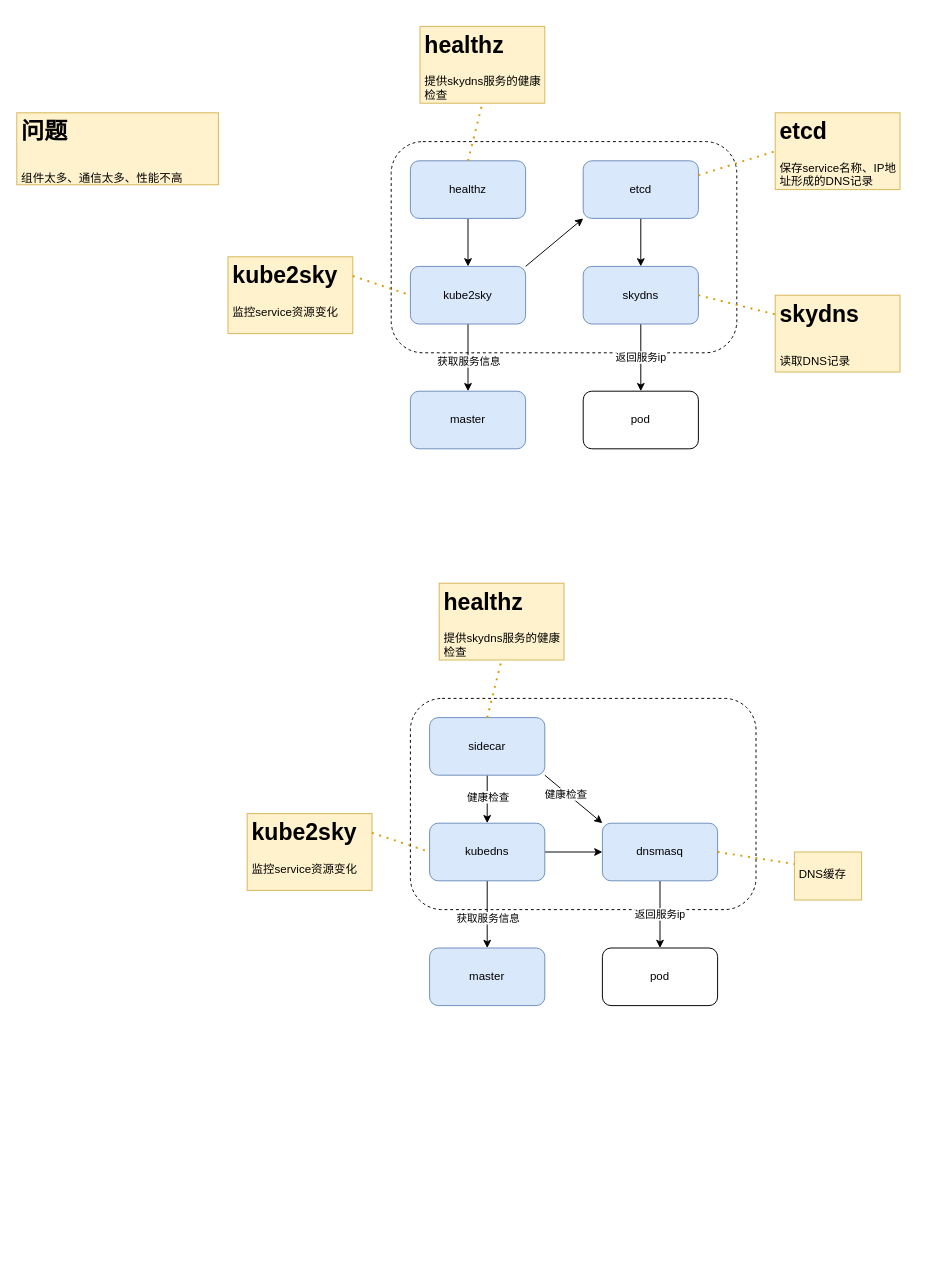
Above: coredns.drawio in Venurs/draw (draw.io), before the change. Source tidied: cells renumbered, new cells numbered last; positions are measured from the earlier drawing's top-left corner, leaving out a move shared by most shapes. Both pictures are drawn from the tidied source at 96%, with x=0, y=0 at pixel (16, 26).
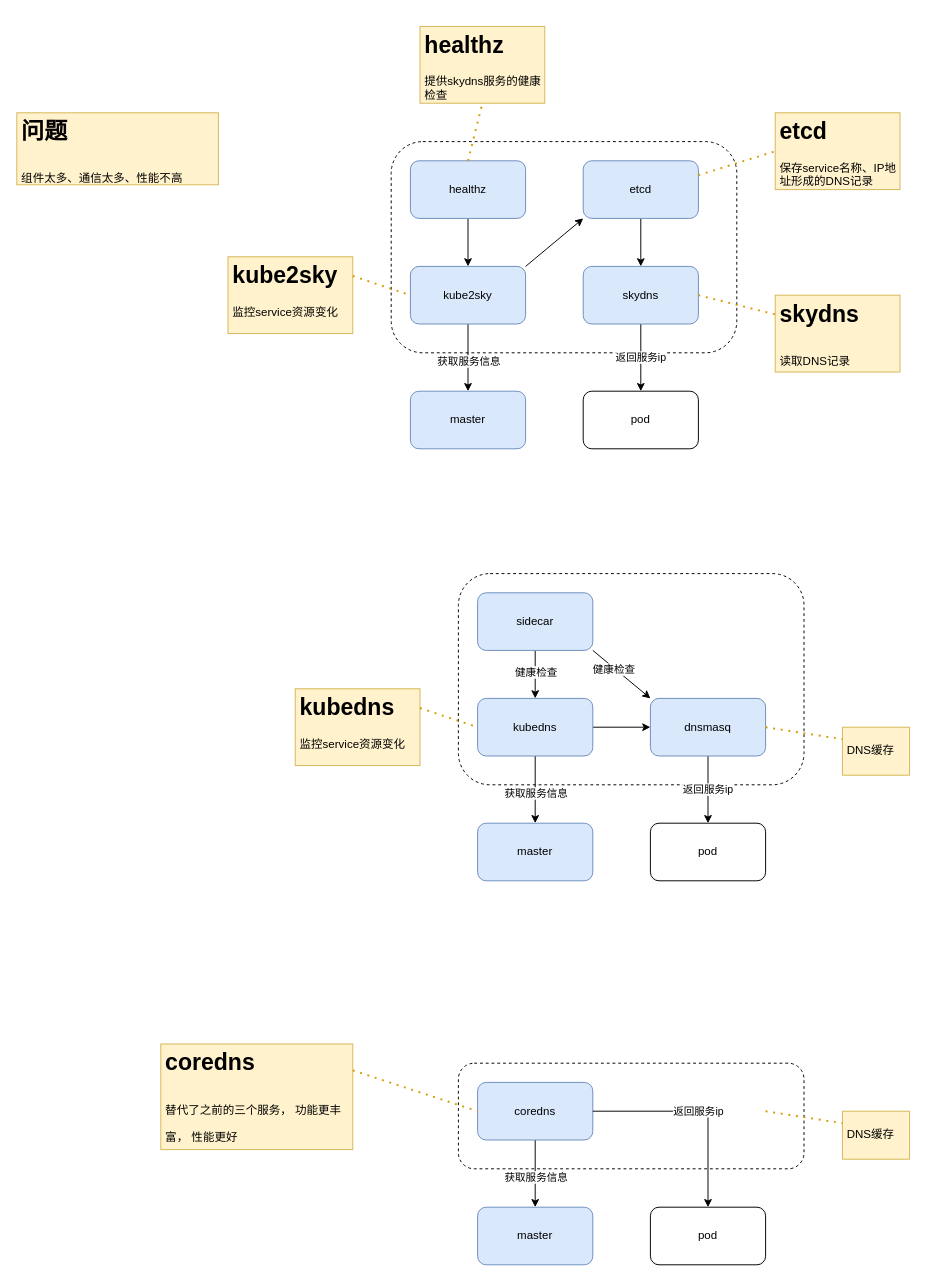
The same diagram, later.

Change to the diagram source:
```diff
@@
     <mxCell id="24" style="rounded=1;whiteSpace=wrap;html=1;dashed=1;" parent="1" vertex="1">
-      <mxGeometry x="410" y="700" width="360" height="220" as="geometry" />
+      <mxGeometry x="460" y="570" width="360" height="220" as="geometry" />
     </mxCell>
@@
     <mxCell id="29" value="sidecar" style="rounded=1;whiteSpace=wrap;html=1;fillColor=#dae8fc;strokeColor=#6c8ebf;" parent="1" vertex="1">
-      <mxGeometry x="430" y="720" width="120" height="60" as="geometry" />
+      <mxGeometry x="480" y="590" width="120" height="60" as="geometry" />
     </mxCell>
@@
     <mxCell id="33" value="kubedns" style="rounded=1;whiteSpace=wrap;html=1;fillColor=#dae8fc;strokeColor=#6c8ebf;" parent="1" vertex="1">
-      <mxGeometry x="430" y="830" width="120" height="60" as="geometry" />
+      <mxGeometry x="480" y="700" width="120" height="60" as="geometry" />
     </mxCell>
@@
     <mxCell id="35" value="dnsmasq" style="rounded=1;whiteSpace=wrap;html=1;fillColor=#dae8fc;strokeColor=#6c8ebf;" parent="1" vertex="1">
-      <mxGeometry x="610" y="830" width="120" height="60" as="geometry" />
+      <mxGeometry x="660" y="700" width="120" height="60" as="geometry" />
     </mxCell>
-    <mxCell id="36" value="&lt;h1&gt;kube2sky&lt;/h1&gt;&lt;p&gt;监控service资源变化&lt;/p&gt;" style="text;html=1;strokeColor=#d6b656;fillColor=#fff2cc;spacing=5;spacingTop=-20;whiteSpace=wrap;overflow=hidden;rounded=0;" parent="1" vertex="1">
-      <mxGeometry x="240" y="820" width="130" height="80" as="geometry" />
+    <mxCell id="36" value="&lt;h1&gt;kubedns&lt;/h1&gt;&lt;p&gt;监控service资源变化&lt;/p&gt;" style="text;html=1;strokeColor=#d6b656;fillColor=#fff2cc;spacing=5;spacingTop=-20;whiteSpace=wrap;overflow=hidden;rounded=0;" parent="1" vertex="1">
+      <mxGeometry x="290" y="690" width="130" height="80" as="geometry" />
     </mxCell>
     <mxCell id="37" value="&lt;h1&gt;&lt;span style=&quot;font-size: 12px; font-weight: 400;&quot;&gt;DNS缓存&lt;/span&gt;&lt;/h1&gt;" style="text;html=1;strokeColor=#d6b656;fillColor=#fff2cc;spacing=5;spacingTop=-20;whiteSpace=wrap;overflow=hidden;rounded=0;" parent="1" vertex="1">
-      <mxGeometry x="810" y="860" width="70" height="50" as="geometry" />
+      <mxGeometry x="860" y="730" width="70" height="50" as="geometry" />
     </mxCell>
     <mxCell id="38" value="pod" style="rounded=1;whiteSpace=wrap;html=1;" parent="1" vertex="1">
-      <mxGeometry x="610" y="960" width="120" height="60" as="geometry" />
+      <mxGeometry x="660" y="830" width="120" height="60" as="geometry" />
     </mxCell>
-    <mxCell id="39" value="&lt;h1&gt;healthz&lt;/h1&gt;&lt;p&gt;提供skydns服务的健康检查&lt;/p&gt;" style="text;html=1;strokeColor=#d6b656;fillColor=#fff2cc;spacing=5;spacingTop=-20;whiteSpace=wrap;overflow=hidden;rounded=0;" parent="1" vertex="1">
-      <mxGeometry x="440" y="580" width="130" height="80" as="geometry" />
-    </mxCell>
-    <mxCell id="40" style="endArrow=none;dashed=1;html=1;dashPattern=1 3;strokeWidth=2;rounded=0;exitX=0.5;exitY=0;exitDx=0;exitDy=0;entryX=0.5;entryY=1;entryDx=0;entryDy=0;fillColor=#ffe6cc;strokeColor=#d79b00;" parent="1" edge="1" source="29" target="39">
-      <mxGeometry relative="1" as="geometry" />
-    </mxCell>
@@
     <mxCell id="43" value="master" style="rounded=1;whiteSpace=wrap;html=1;fillColor=#dae8fc;strokeColor=#6c8ebf;" parent="1" vertex="1">
-      <mxGeometry x="430" y="960" width="120" height="60" as="geometry" />
+      <mxGeometry x="480" y="830" width="120" height="60" as="geometry" />
     </mxCell>
+    <mxCell id="44" style="rounded=1;whiteSpace=wrap;html=1;dashed=1;" parent="1" vertex="1">
+      <mxGeometry x="460" y="1080" width="360" height="110" as="geometry" />
+    </mxCell>
+    <mxCell id="45" style="edgeStyle=orthogonalEdgeStyle;rounded=0;jettySize=auto;html=1;exitX=0.5;exitY=1;exitDx=0;exitDy=0;entryX=0.5;entryY=0;entryDx=0;entryDy=0;" parent="1" edge="1" source="47" target="54">
+      <mxGeometry relative="1" as="geometry" />
+    </mxCell>
+    <mxCell id="46" value="获取服务信息" style="edgeLabel;html=1;align=center;verticalAlign=middle;" parent="45" vertex="1">
+      <mxGeometry x="0.09" relative="1" as="geometry" />
+    </mxCell>
+    <mxCell id="47" value="coredns" style="rounded=1;whiteSpace=wrap;html=1;fillColor=#dae8fc;strokeColor=#6c8ebf;" parent="1" vertex="1">
+      <mxGeometry x="480" y="1100" width="120" height="60" as="geometry" />
+    </mxCell>
+    <mxCell id="48" value="返回服务ip" style="edgeStyle=orthogonalEdgeStyle;rounded=0;jettySize=auto;html=1;exitX=1;exitY=0.5;exitDx=0;exitDy=0;entryX=0.5;entryY=0;entryDx=0;entryDy=0;" parent="1" edge="1" source="47" target="51">
+      <mxGeometry relative="1" as="geometry" />
+    </mxCell>
+    <mxCell id="49" value="&lt;h1&gt;&lt;span style=&quot;background-color: initial;&quot;&gt;coredns&lt;/span&gt;&lt;/h1&gt;&lt;h1&gt;&lt;span style=&quot;font-size: 12px; font-weight: 400;&quot;&gt;替代了之前的三个服务， 功能更丰富， 性能更好&lt;/span&gt;&lt;/h1&gt;" style="text;html=1;strokeColor=#d6b656;fillColor=#fff2cc;spacing=5;spacingTop=-20;whiteSpace=wrap;overflow=hidden;rounded=0;" parent="1" vertex="1">
+      <mxGeometry x="150" y="1060" width="200" height="110" as="geometry" />
+    </mxCell>
+    <mxCell id="50" value="&lt;h1&gt;&lt;span style=&quot;font-size: 12px; font-weight: 400;&quot;&gt;DNS缓存&lt;/span&gt;&lt;/h1&gt;" style="text;html=1;strokeColor=#d6b656;fillColor=#fff2cc;spacing=5;spacingTop=-20;whiteSpace=wrap;overflow=hidden;rounded=0;" parent="1" vertex="1">
+      <mxGeometry x="860" y="1130" width="70" height="50" as="geometry" />
+    </mxCell>
+    <mxCell id="51" value="pod" style="rounded=1;whiteSpace=wrap;html=1;" parent="1" vertex="1">
+      <mxGeometry x="660" y="1230" width="120" height="60" as="geometry" />
+    </mxCell>
+    <mxCell id="52" style="endArrow=none;dashed=1;html=1;dashPattern=1 3;strokeWidth=2;rounded=0;exitX=1;exitY=0.25;exitDx=0;exitDy=0;entryX=0;entryY=0.5;entryDx=0;entryDy=0;fillColor=#ffe6cc;strokeColor=#d79b00;" parent="1" edge="1" source="49" target="47">
+      <mxGeometry relative="1" as="geometry" />
+    </mxCell>
+    <mxCell id="53" style="endArrow=none;dashed=1;html=1;dashPattern=1 3;strokeWidth=2;rounded=0;exitX=1;exitY=0.5;exitDx=0;exitDy=0;entryX=0;entryY=0.25;entryDx=0;entryDy=0;fillColor=#ffe6cc;strokeColor=#d79b00;" parent="1" edge="1" target="50">
+      <mxGeometry relative="1" as="geometry">
+        <mxPoint x="780" y="1130" as="sourcePoint" />
+      </mxGeometry>
+    </mxCell>
+    <mxCell id="54" value="master" style="rounded=1;whiteSpace=wrap;html=1;fillColor=#dae8fc;strokeColor=#6c8ebf;" parent="1" vertex="1">
+      <mxGeometry x="480" y="1230" width="120" height="60" as="geometry" />
+    </mxCell>
```
